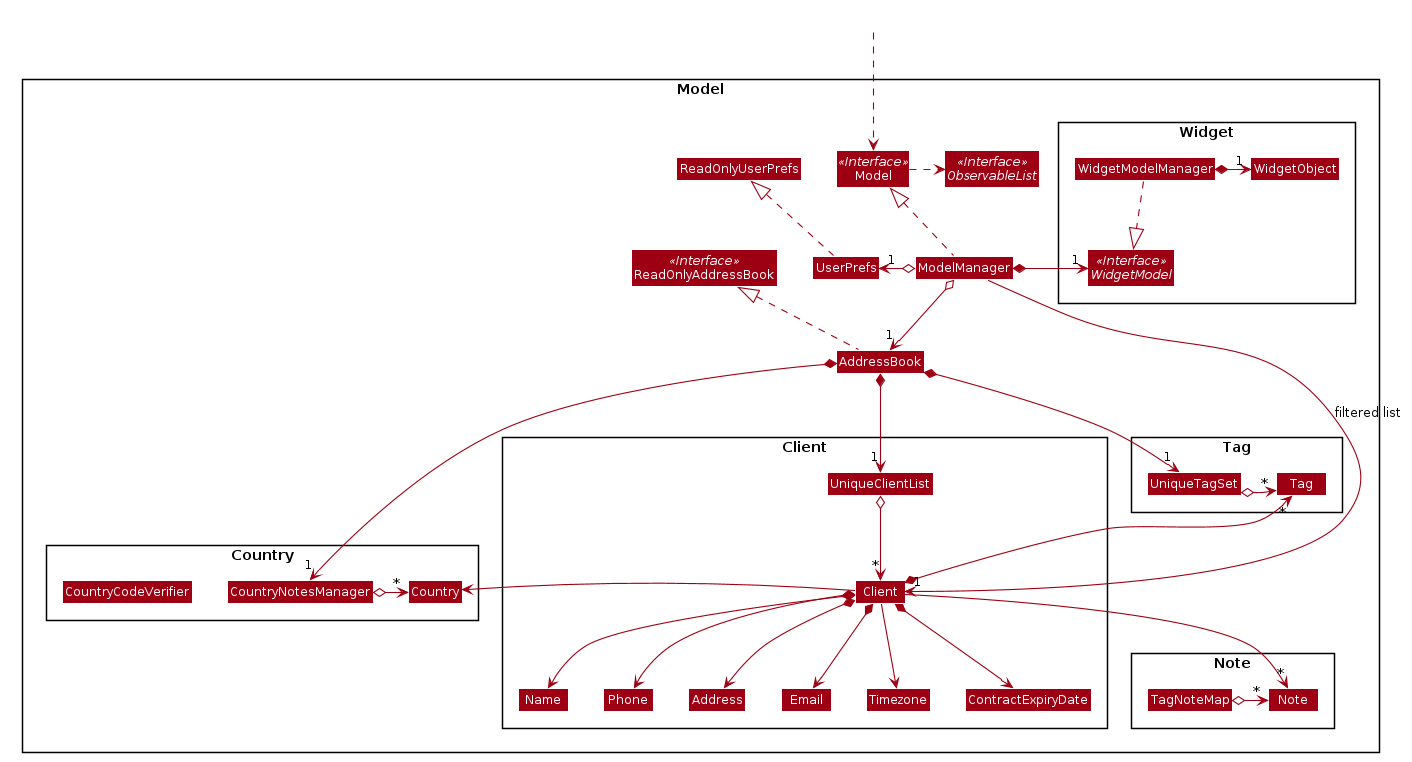
This is docs/images/ModelClassDiagram.png from tankangliang/tp, a PlantUML export, as it was before one commit.
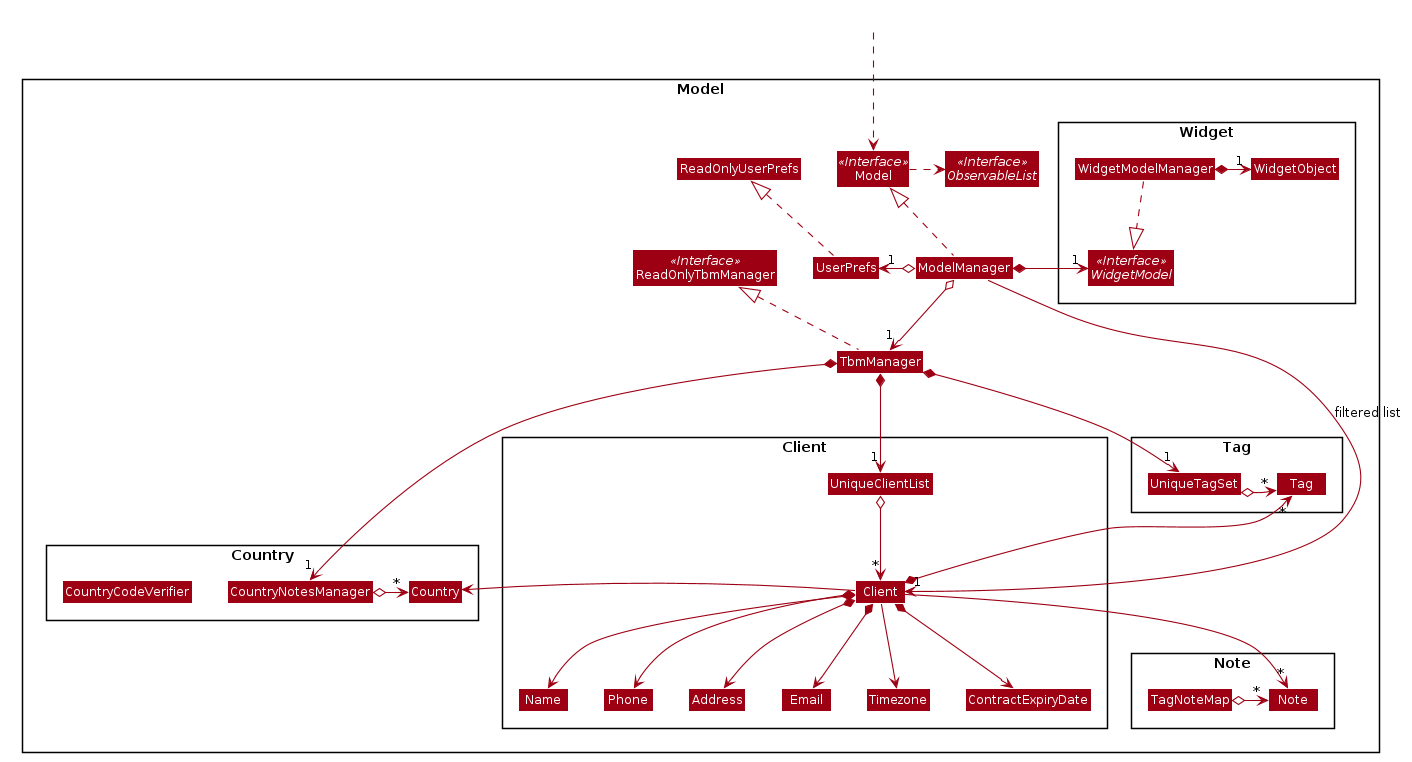
The same file after the commit.

Diff of the diagram source:
```diff
@@ -52,11 +52,11 @@
 skinparam classBackgroundColor #9D0012
 
 Package Model <<Rectangle>>{
-Interface ReadOnlyAddressBook <<Interface>>
+Interface ReadOnlyTbmManager <<Interface>>
 Interface Model <<Interface>>
 Interface ObservableList <<Interface>>
-Class AddressBook
-Class ReadOnlyAddressBook
+Class TbmManager
+Class ReadOnlyTbmManager
 Class Model
 Class ModelManager
 Class UserPrefs
@@ -110,20 +110,20 @@
 Class HiddenOutside #FFFFFF
 HiddenOutside ..> Model
 
-AddressBook .up.|> ReadOnlyAddressBook
+TbmManager .up.|> ReadOnlyTbmManager
 
 ModelManager .up.|> Model
 Model .right.> ObservableList
-ModelManager o--> "1" AddressBook
+ModelManager o--> "1" TbmManager
 ModelManager o-left-> "1" UserPrefs
 ModelManager *-right->"1" WidgetModel
-AddressBook *-right->"1" UniqueTagSet
-AddressBook *-right-> "1" CountryNotesManager
+TbmManager *-right->"1" UniqueTagSet
+TbmManager *-right-> "1" CountryNotesManager
 
 
 UserPrefs .up.|> ReadOnlyUserPrefs
 
-AddressBook *--> "1" UniqueClientList
+TbmManager *--> "1" UniqueClientList
 UniqueClientList o--> "*" Client
 Client *--> Name
 Client *--> Phone
```
